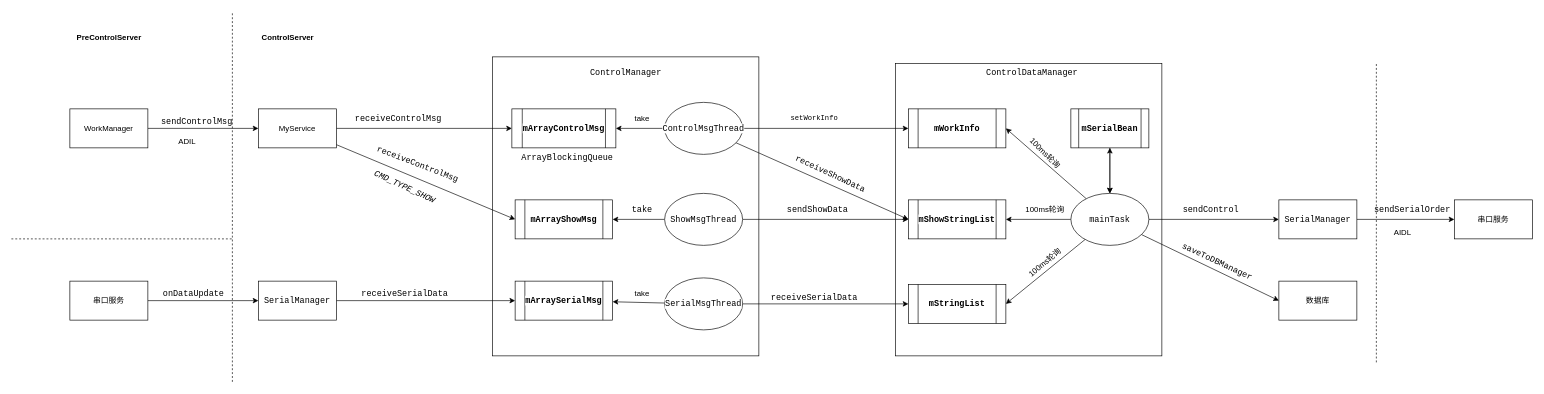
The draw.io diagram Control_Server.drawio in zhangmeizhen/test2, before the edit. Source tidied: cells renumbered, new cells numbered last; positions are measured from the earlier drawing's top-left corner, leaving out a move shared by most shapes. Both pictures are drawn from the tidied source at 65%, with x=0, y=0 at pixel (11, 11).
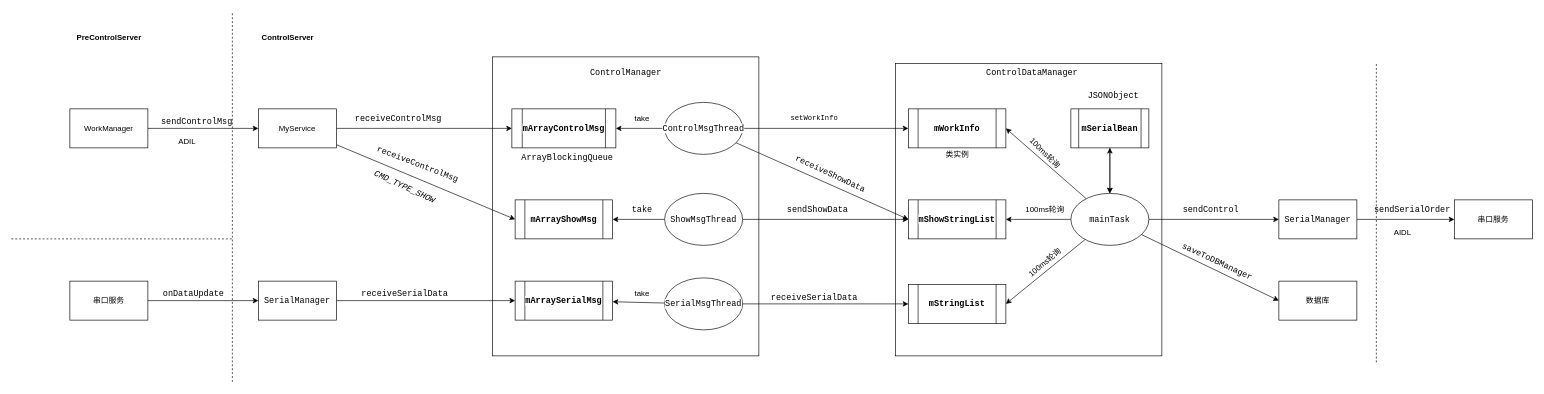
The same page after the edit.

Change to the diagram source:
```diff
@@
+    <mxCell id="72" value="类实例" style="text;html=1;align=center;verticalAlign=middle;strokeColor=none;" parent="1" vertex="1">
+      <mxGeometry x="1430" y="210" width="50" height="20" as="geometry" />
+    </mxCell>
+    <mxCell id="73" value="&lt;pre style=&quot;background-color: rgb(255 , 255 , 255) ; font-family: &amp;#34;jetbrains mono&amp;#34; , monospace ; font-size: 9.8pt&quot;&gt;JSONObject&lt;/pre&gt;" style="text;html=1;align=center;verticalAlign=middle;strokeColor=none;" parent="1" vertex="1">
+      <mxGeometry x="1650" y="105" width="90" height="50" as="geometry" />
+    </mxCell>
```
